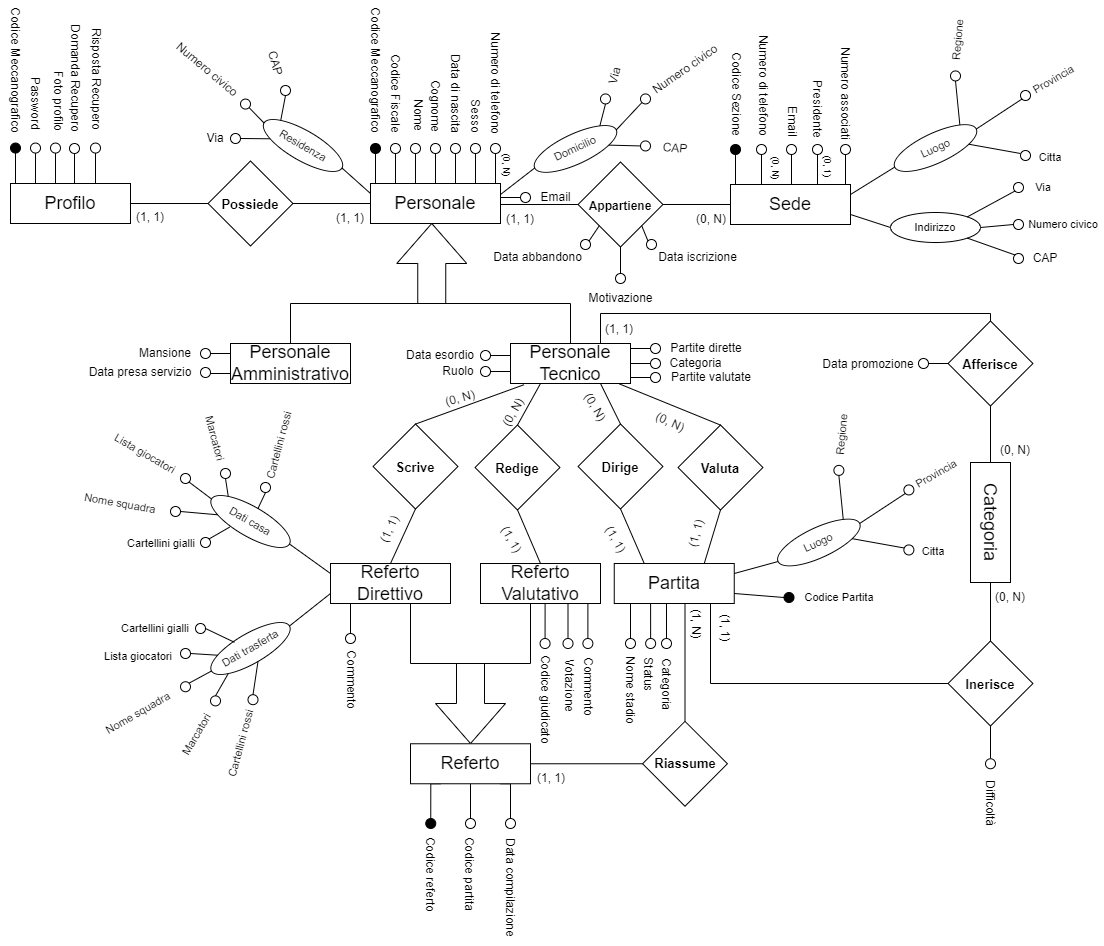
The draw.io diagram ERDiagram/WhistleER.drawio.png in savernike/DiagramsSet, before a commit. Source tidied: cells renumbered, new cells last; positions are measured from the earlier drawing's top-left corner, leaving out a move shared by most shapes.
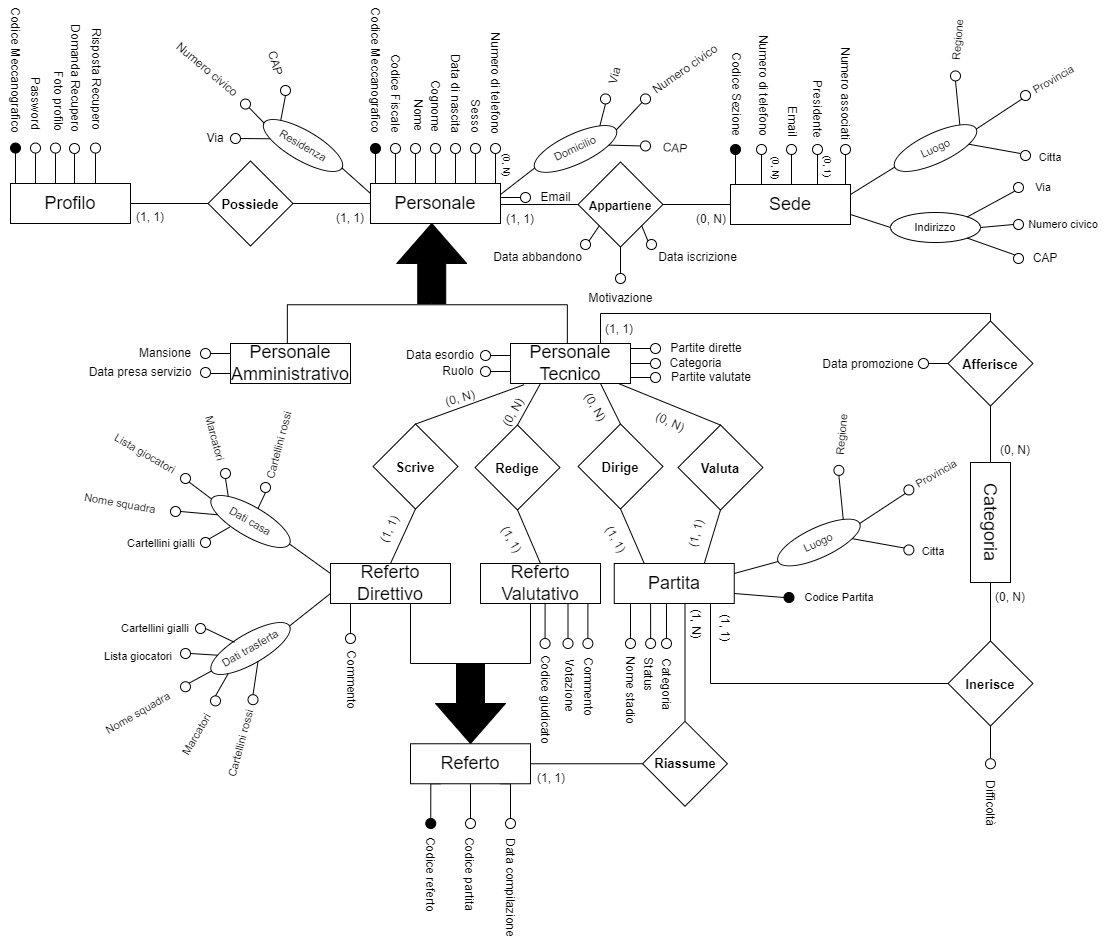
After the change.

Commit message:
Cambio generalizzazioni da parziale a totale

Change to the diagram source:
```diff
@@ -335,11 +335,11 @@
     <mxCell id="110" value="Numero associati" style="text;strokeColor=none;align=center;fillColor=none;html=1;verticalAlign=middle;whiteSpace=wrap;rounded=0;rotation=90;" parent="1" vertex="1">
       <mxGeometry x="849.9" y="54.1" width="100.2" height="30" as="geometry" />
     </mxCell>
-    <mxCell id="111" style="html=1;shadow=0;dashed=0;align=center;verticalAlign=middle;shape=mxgraph.arrows2.arrow;dy=0.6;dx=40;direction=north;notch=0;fontFamily=Helvetica;fontSize=11;fontColor=default;strokeWidth=1;" parent="1" vertex="1">
+    <mxCell id="111" style="html=1;shadow=0;dashed=0;align=center;verticalAlign=middle;shape=mxgraph.arrows2.arrow;dy=0.6;dx=40;direction=north;notch=0;fontFamily=Helvetica;fontSize=11;fontColor=default;strokeWidth=1;fillColor=#000000;" parent="1" vertex="1">
       <mxGeometry x="451.2" y="199" width="70" height="80" as="geometry" />
     </mxCell>
     <mxCell id="112" style="strokeWidth=1;html=1;shape=mxgraph.flowchart.annotation_1;align=left;fontFamily=Helvetica;fontSize=11;fontColor=default;direction=south;" parent="1" vertex="1">
-      <mxGeometry x="345" y="279" width="280" height="40" as="geometry" />
+      <mxGeometry x="341.9" y="280.2" width="280" height="40" as="geometry" />
     </mxCell>
     <mxCell id="113" style="edgeStyle=orthogonalEdgeStyle;shape=connector;rounded=0;jettySize=auto;html=1;exitX=0;exitY=0.75;exitDx=0;exitDy=0;entryX=1;entryY=0.5;entryDx=0;entryDy=0;labelBackgroundColor=default;strokeColor=default;fontFamily=Helvetica;fontSize=11;fontColor=default;endArrow=none;endFill=0;" parent="1" edge="1" source="115" target="118">
       <mxGeometry relative="1" as="geometry" />
@@ -616,7 +616,7 @@
     <mxCell id="197" value="&lt;font style=&quot;font-size: 18px;&quot;&gt;Referto&lt;/font&gt;" style="rounded=0;whiteSpace=wrap;html=1;fontFamily=Helvetica;fontSize=11;fontColor=default;" parent="1" vertex="1">
       <mxGeometry x="465" y="719.3" width="120" height="40" as="geometry" />
     </mxCell>
-    <mxCell id="198" style="html=1;shadow=0;dashed=0;align=center;verticalAlign=middle;shape=mxgraph.arrows2.arrow;dy=0.6;dx=40;direction=south;notch=0;fontFamily=Helvetica;fontSize=11;fontColor=default;" parent="1" vertex="1">
+    <mxCell id="198" style="html=1;shadow=0;dashed=0;align=center;verticalAlign=middle;shape=mxgraph.arrows2.arrow;dy=0.6;dx=40;direction=south;notch=0;fontFamily=Helvetica;fontSize=11;fontColor=default;fillColor=#000000;" parent="1" vertex="1">
       <mxGeometry x="490" y="639" width="70" height="80" as="geometry" />
     </mxCell>
     <mxCell id="199" style="shape=partialRectangle;whiteSpace=wrap;html=1;bottom=1;right=1;left=1;top=0;fillColor=none;routingCenterX=-0.5;fontFamily=Helvetica;fontSize=11;fontColor=default;" parent="1" vertex="1">
```
